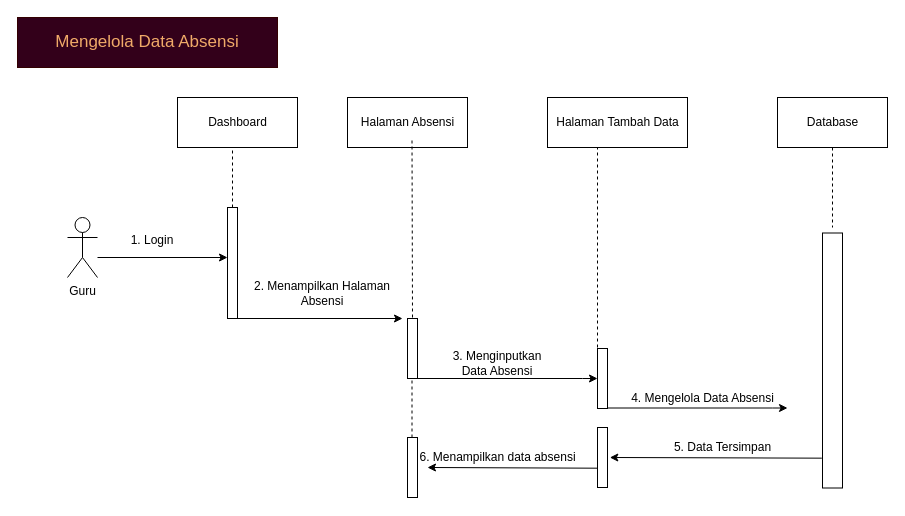
Before: page "SQG-Kelola Data Absensi" (8 of 29) of draw.io/Proyek-3.drawio in Tugas-Proyek-Polindra/proyek-3, a draw.io diagram. Source tidied: cells renumbered, new cells numbered last; positions are measured from the earlier drawing's top-left corner, leaving out a move shared by most shapes. Both pictures are drawn from the tidied source at 100%, with x=0, y=0 at pixel (17, 17).
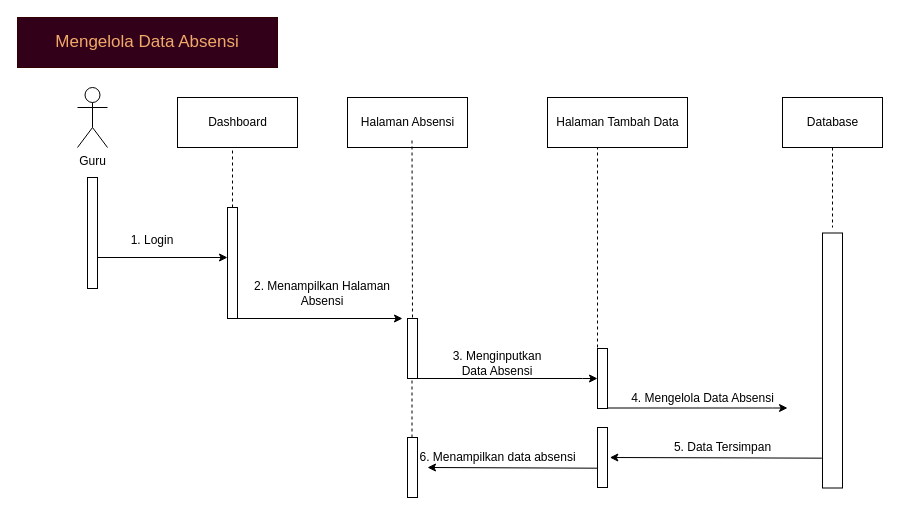
Above is the later version.

Change to the diagram source:
```diff
@@
     <mxCell id="7" value="Guru" style="shape=umlActor;verticalLabelPosition=bottom;verticalAlign=top;html=1;" parent="1" vertex="1">
-      <mxGeometry x="50" y="200" width="30" height="60" as="geometry" />
+      <mxGeometry x="60" y="70" width="30" height="60" as="geometry" />
     </mxCell>
@@
     <mxCell id="15" value="Database" style="html=1;" parent="1" vertex="1">
-      <mxGeometry x="760" y="80" width="110" height="50" as="geometry" />
+      <mxGeometry x="765" y="80" width="100" height="50" as="geometry" />
     </mxCell>
@@
+    <mxCell id="34" style="html=1;perimeter=orthogonalPerimeter;" parent="1" vertex="1">
+      <mxGeometry x="70" y="160" width="10" height="111" as="geometry" />
+    </mxCell>
```
